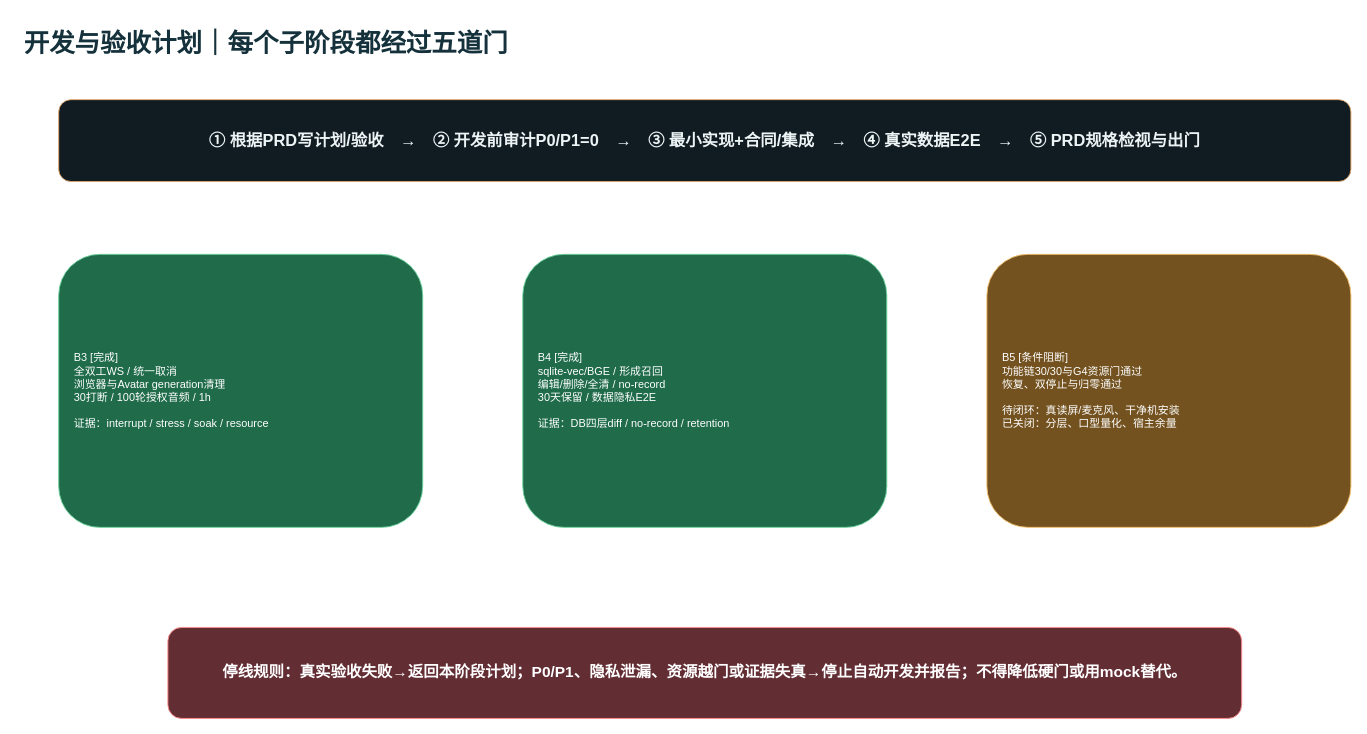
Earlier version of the draw.io diagram page "07-开发验收计划与里程碑" (7 of 8) of docs/cyberWife-b3-b5-delivery-gap.drawio (ljx418/cyberWife). Source tidied: cells renumbered, new cells numbered last; positions are measured from the earlier drawing's top-left corner, leaving out a move shared by most shapes. Both pictures are drawn from the tidied source at 91%, with x=0, y=0 at pixel (22, 22).
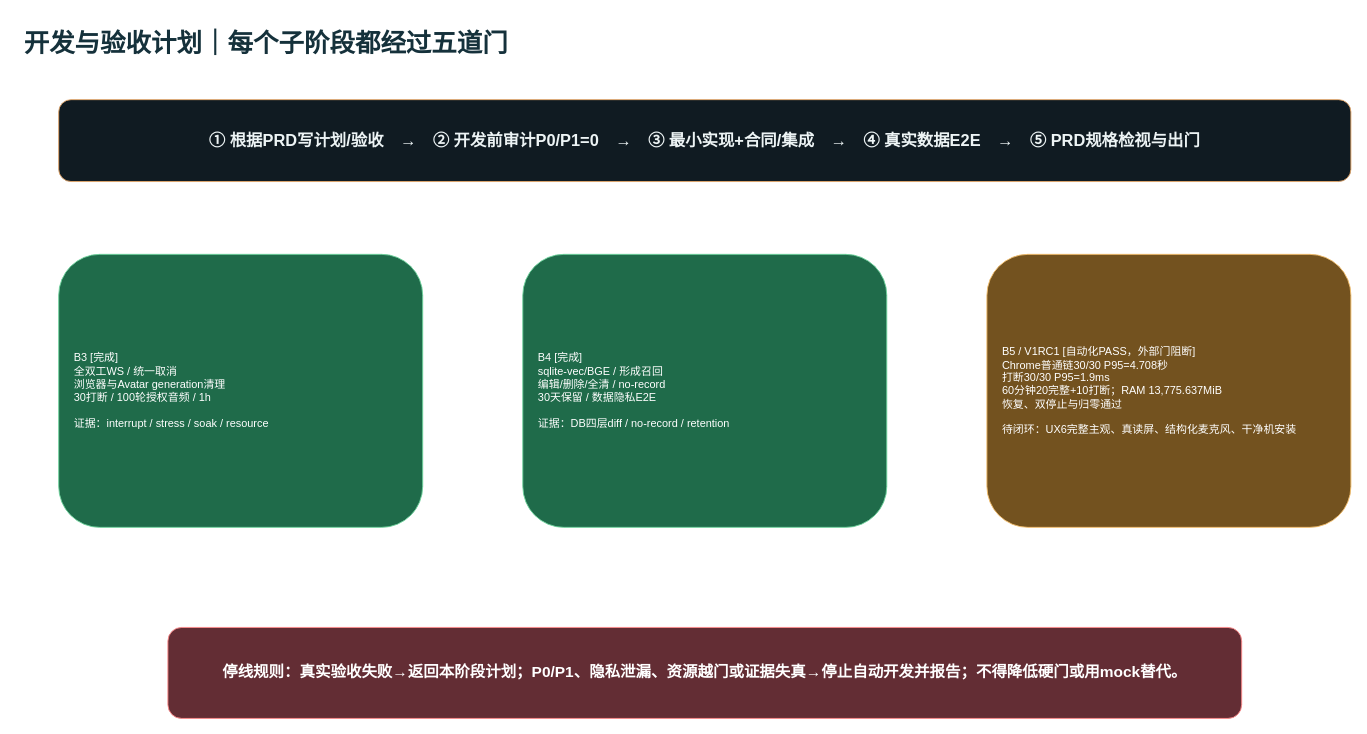
The same diagram, later.

Change to the diagram source:
```diff
@@
 <mxGraphModel>
   <root>
     <mxCell id="0" />
     <mxCell id="1" parent="0" />
     <mxCell id="2" value="开发与验收计划｜每个子阶段都经过五道门" style="text;html=1;fontSize=28;fontStyle=1;fontColor=#15313B;" parent="1" vertex="1">
       <mxGeometry width="1100" height="50" as="geometry" />
     </mxCell>
     <mxCell id="3" value="① 根据PRD写计划/验收　→　② 开发前审计P0/P1=0　→　③ 最小实现+合同/集成　→　④ 真实数据E2E　→　⑤ PRD规格检视与出门" style="rounded=1;html=1;whiteSpace=wrap;fillColor=#101B22;strokeColor=#E4A668;fontColor=#EDF4F5;fontSize=18;fontStyle=1;" parent="1" vertex="1">
       <mxGeometry x="40" y="85" width="1420" height="90" as="geometry" />
     </mxCell>
     <mxCell id="4" value="B3 [完成]&#10;全双工WS / 统一取消&#10;浏览器与Avatar generation清理&#10;30打断 / 100轮授权音频 / 1h&#10;&#10;证据：interrupt / stress / soak / resource" style="rounded=1;html=1;whiteSpace=wrap;fillColor=#1F6B4A;strokeColor=#6ED39C;fontColor=#FFFFFF;align=left;spacing=17;" parent="1" vertex="1">
       <mxGeometry x="40" y="255" width="400" height="300" as="geometry" />
     </mxCell>
     <mxCell id="5" value="B4 [完成]&#10;sqlite-vec/BGE / 形成召回&#10;编辑/删除/全清 / no-record&#10;30天保留 / 数据隐私E2E&#10;&#10;证据：DB四层diff / no-record / retention" style="rounded=1;html=1;whiteSpace=wrap;fillColor=#1F6B4A;strokeColor=#6ED39C;fontColor=#FFFFFF;align=left;spacing=17;" parent="1" vertex="1">
       <mxGeometry x="550" y="255" width="400" height="300" as="geometry" />
     </mxCell>
-    <mxCell id="6" value="B5 [条件阻断]&#10;功能链30/30与G4资源门通过&#10;恢复、双停止与归零通过&#10;&#10;待闭环：真读屏/麦克风、干净机安装&#10;已关闭：分层、口型量化、宿主余量" style="rounded=1;html=1;whiteSpace=wrap;fillColor=#73521F;strokeColor=#F2BD6B;fontColor=#FFFFFF;align=left;spacing=17;" parent="1" vertex="1">
+    <mxCell id="6" value="B5 / V1RC1 [自动化PASS，外部门阻断]&#10;Chrome普通链30/30 P95=4.708秒&#10;打断30/30 P95=1.9ms&#10;60分钟20完整+10打断；RAM 13,775.637MiB&#10;恢复、双停止与归零通过&#10;&#10;待闭环：UX6完整主观、真读屏、结构化麦克风、干净机安装" style="rounded=1;html=1;whiteSpace=wrap;fillColor=#73521F;strokeColor=#F2BD6B;fontColor=#FFFFFF;align=left;spacing=17;" parent="1" vertex="1">
       <mxGeometry x="1060" y="255" width="400" height="300" as="geometry" />
     </mxCell>
     <mxCell id="7" value="停线规则：真实验收失败→返回本阶段计划；P0/P1、隐私泄漏、资源越门或证据失真→停止自动开发并报告；不得降低硬门或用mock替代。" style="rounded=1;html=1;whiteSpace=wrap;fillColor=#632D34;strokeColor=#FF8C8C;fontColor=#FFFFFF;fontSize=17;fontStyle=1;" parent="1" vertex="1">
       <mxGeometry x="160" y="665" width="1180" height="100" as="geometry" />
     </mxCell>
     <mxCell id="8" style="edgeStyle=orthogonalEdgeStyle;strokeColor=#8AA0A9;endArrow=block;" parent="1" edge="1" source="4" target="5" />
     <mxCell id="9" style="edgeStyle=orthogonalEdgeStyle;strokeColor=#8AA0A9;endArrow=block;" parent="1" edge="1" source="5" target="6" />
   </root>
 </mxGraphModel>
```
